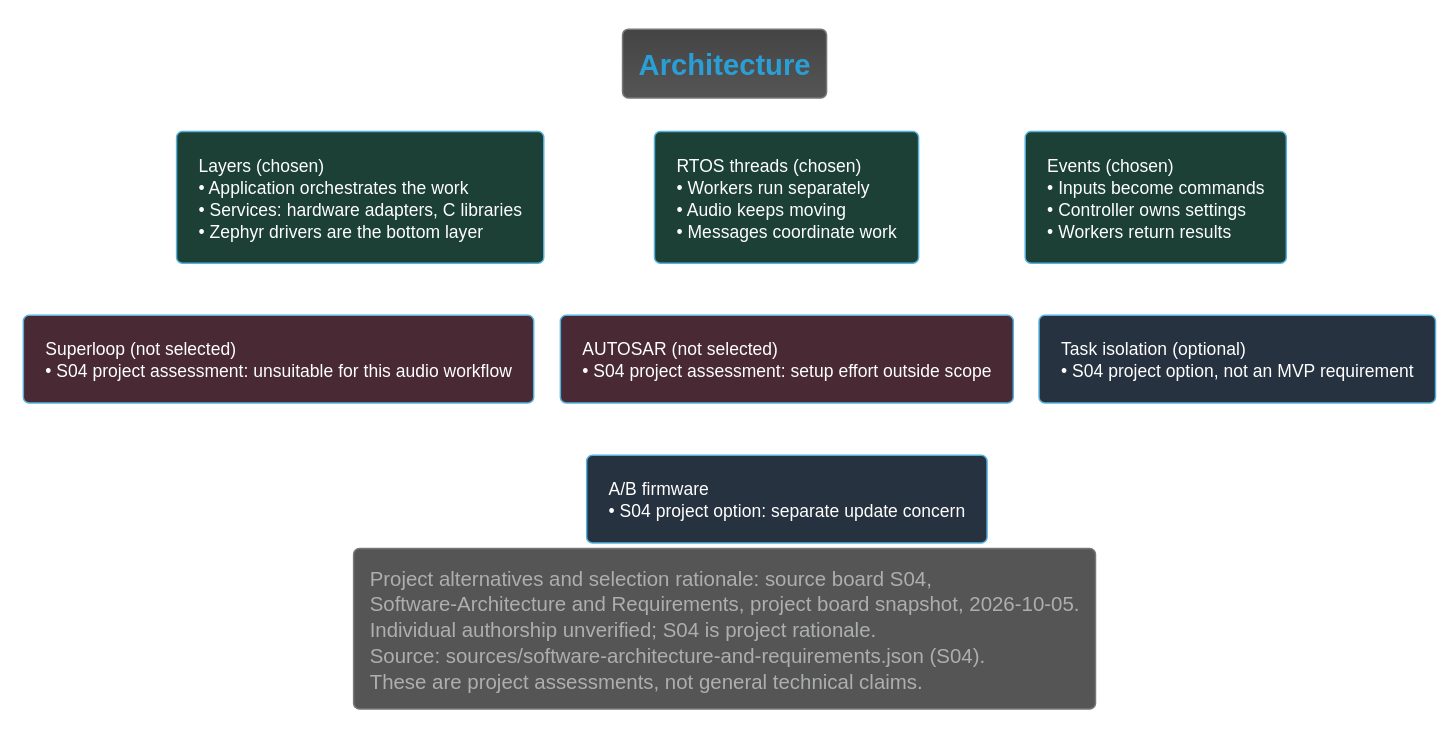
The PlantUML diagram Development/system/architecture/system/rendered/architecture_choice.svg in DemonicPsychoII/DigitalStethoscope, before a commit.
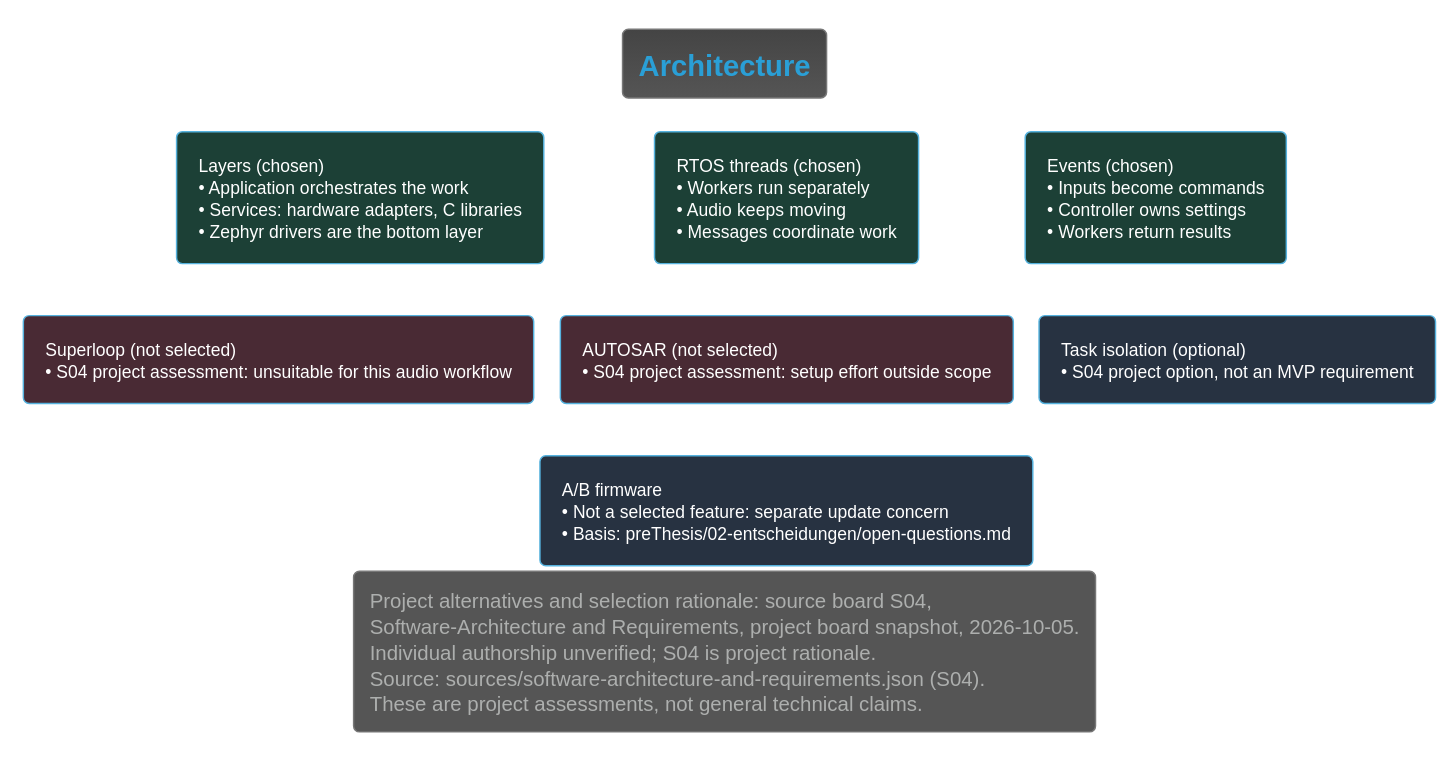
After the commit.

Commit message:
docs(architecture): rerender stale PlantUML SVGs

The edit, as a diff of the source:
```diff
@@ -29,7 +29,7 @@
 events -[hidden]down-> mpu
 loop -[hidden]right-> auto
 auto -[hidden]right-> mpu
-component "A/B firmware\n• S04 project option: separate update concern" as ab #273241
+component "A/B firmware\n• Not a selected feature: separate update concern\n• Basis: preThesis/02-entscheidungen/open-questions.md" as ab #273241
 auto -[hidden]down-> ab
 legend bottom
 Project alternatives and selection rationale: source board S04,
```
